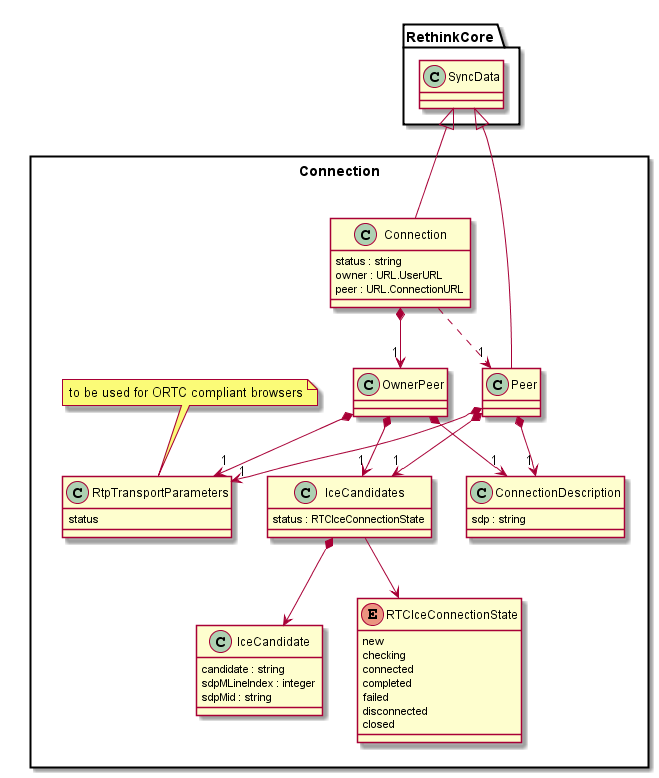
The PlantUML diagram docs/datamodel/data-objects/connection/Connection-Data-Object-Model.png in reTHINK-project/dev-service-framework, before a commit.
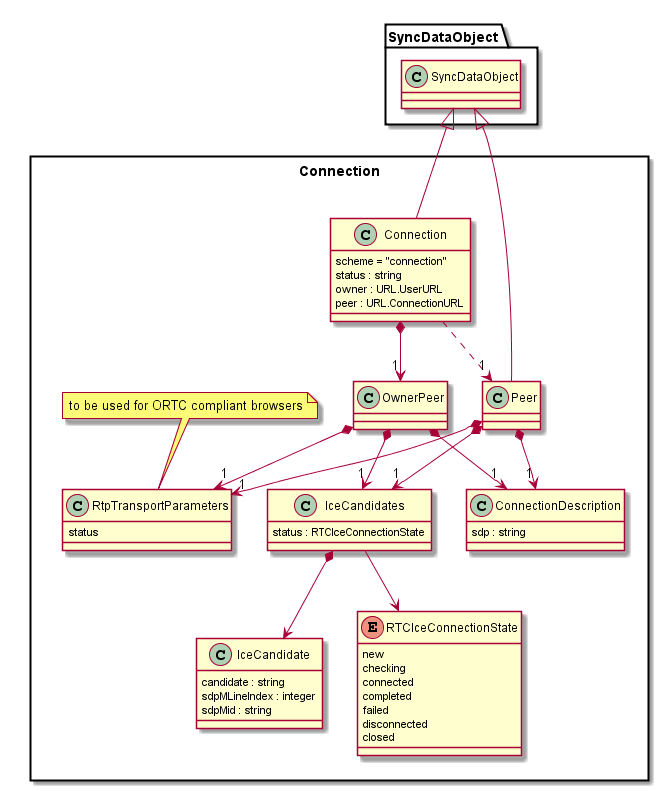
After the commit.

Commit message:
added senml units to context data models

Change to the diagram source:
```diff
@@ -3,6 +3,7 @@
 package Connection <<Rect>> {
 
 	class Connection {
+		scheme = "connection"
 		status : string
 		owner : URL.UserURL
 		peer : URL.ConnectionURL
@@ -43,8 +44,8 @@
 	    closed
 	}
 
-	Connection -up-|> RethinkCore.SyncData
-	Peer -up-|> RethinkCore.SyncData
+	Connection -up-|> SyncDataObject.SyncDataObject
+	Peer -up-|> SyncDataObject.SyncDataObject
 
 	Connection *--> "1" OwnerPeer
 	Connection ..> "1" Peer
```
